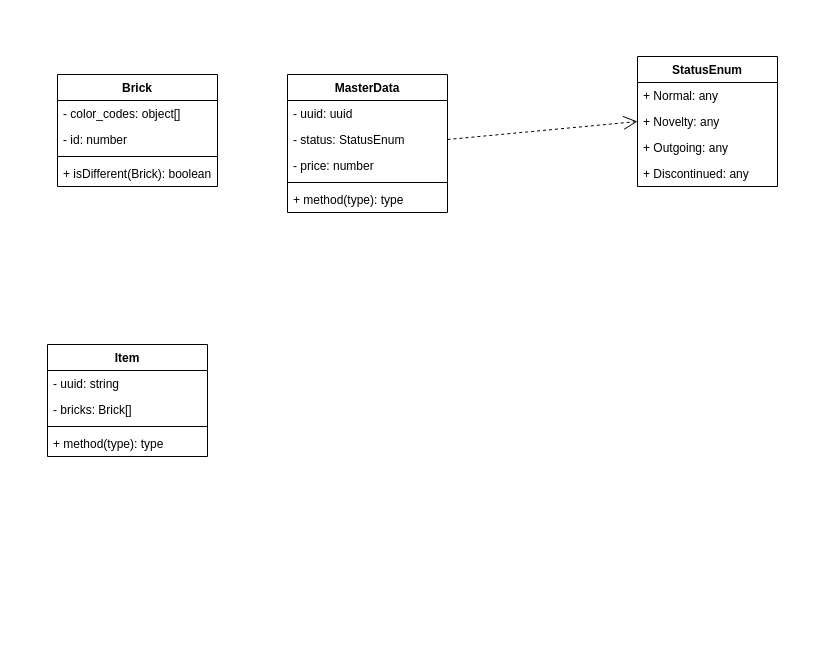
Above: Untitled Diagram.drawio in coolloic/coolloic (draw.io), before the change. Source tidied: cells renumbered, new cells numbered last; positions are measured from the earlier drawing's top-left corner, leaving out a move shared by most shapes. Both pictures are drawn from the tidied source at 100%, with x=0, y=0 at pixel (47, 56).
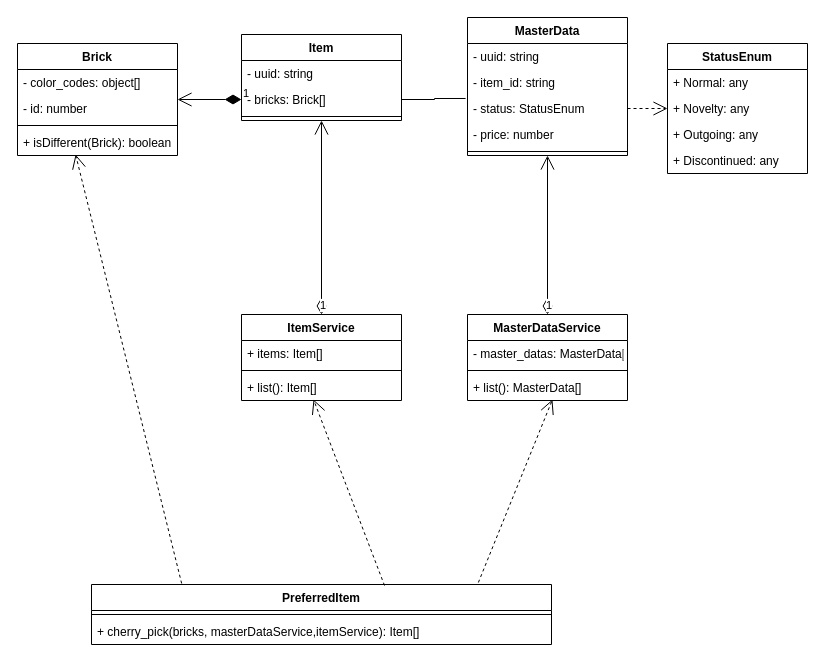
The same page after the edit.

The change refers to these unchanged cells:
```xml
<mxCell id="6" value="+ isDifferent(Brick): boolean" style="text;strokeColor=none;fillColor=none;align=left;verticalAlign=top;spacingLeft=4;spacingRight=4;overflow=hidden;points=[[0,0.5],[1,0.5]];portConstraint=eastwest;" parent="2" vertex="1">
  <mxGeometry y="86" width="160" height="26" as="geometry" />
</mxCell>
<mxCell id="9" value="- bricks: Brick[]" style="text;strokeColor=none;fillColor=none;align=left;verticalAlign=top;spacingLeft=4;spacingRight=4;overflow=hidden;points=[[0,0.5],[1,0.5]];portConstraint=eastwest;" parent="7" vertex="1">
  <mxGeometry y="52" width="160" height="26" as="geometry" />
</mxCell>
```

The edit, as a diff of the source:
```diff
@@
     <mxCell id="2" value="Brick" style="swimlane;fontStyle=1;align=center;verticalAlign=top;horizontal=1;startSize=26;" parent="1" vertex="1">
-      <mxGeometry x="10" y="18" width="160" height="112" as="geometry" />
+      <mxGeometry x="-30" y="-13" width="160" height="112" as="geometry" />
     </mxCell>
@@
     <mxCell id="7" value="Item" style="swimlane;fontStyle=1;align=center;verticalAlign=top;horizontal=1;startSize=26;" parent="1" vertex="1">
-      <mxGeometry y="288" width="160" height="112" as="geometry" />
+      <mxGeometry x="194" y="-22" width="160" height="86" as="geometry" />
     </mxCell>
@@
-    <mxCell id="11" value="+ method(type): type" style="text;strokeColor=none;fillColor=none;align=left;verticalAlign=top;spacingLeft=4;spacingRight=4;overflow=hidden;" parent="7" vertex="1">
-      <mxGeometry y="86" width="160" height="26" as="geometry" />
-    </mxCell>
     <mxCell id="12" value="MasterData" style="swimlane;fontStyle=1;align=center;verticalAlign=top;horizontal=1;startSize=26;" parent="1" vertex="1">
-      <mxGeometry x="240" y="18" width="160" height="138" as="geometry" />
+      <mxGeometry x="420" y="-39" width="160" height="138" as="geometry" />
     </mxCell>
-    <mxCell id="13" value="- uuid: uuid" style="text;strokeColor=none;fillColor=none;align=left;verticalAlign=top;spacingLeft=4;spacingRight=4;overflow=hidden;" parent="12" vertex="1">
+    <mxCell id="13" value="- uuid: string" style="text;strokeColor=none;fillColor=none;align=left;verticalAlign=top;spacingLeft=4;spacingRight=4;overflow=hidden;" parent="12" vertex="1">
       <mxGeometry y="26" width="160" height="26" as="geometry" />
     </mxCell>
+    <mxCell id="24" value="- item_id: string" style="text;strokeColor=none;fillColor=none;align=left;verticalAlign=top;spacingLeft=4;spacingRight=4;overflow=hidden;" parent="12" vertex="1">
+      <mxGeometry y="52" width="160" height="26" as="geometry" />
+    </mxCell>
     <mxCell id="14" value="- status: StatusEnum" style="text;strokeColor=none;fillColor=none;align=left;verticalAlign=top;spacingLeft=4;spacingRight=4;overflow=hidden;points=[[0,0.5],[1,0.5]];portConstraint=eastwest;" parent="12" vertex="1">
-      <mxGeometry y="52" width="160" height="26" as="geometry" />
+      <mxGeometry y="78" width="160" height="26" as="geometry" />
     </mxCell>
     <mxCell id="15" value="- price: number" style="text;strokeColor=none;fillColor=none;align=left;verticalAlign=top;spacingLeft=4;spacingRight=4;overflow=hidden;" parent="12" vertex="1">
-      <mxGeometry y="78" width="160" height="26" as="geometry" />
+      <mxGeometry y="104" width="160" height="26" as="geometry" />
     </mxCell>
     <mxCell id="16" style="line;strokeWidth=1;fillColor=none;align=left;verticalAlign=middle;spacingTop=-1;spacingLeft=3;spacingRight=3;labelPosition=right;strokeColor=inherit;" parent="12" vertex="1">
-      <mxGeometry y="104" width="160" height="8" as="geometry" />
+      <mxGeometry y="130" width="160" height="8" as="geometry" />
     </mxCell>
-    <mxCell id="17" value="+ method(type): type" style="text;strokeColor=none;fillColor=none;align=left;verticalAlign=top;spacingLeft=4;spacingRight=4;overflow=hidden;" parent="12" vertex="1">
-      <mxGeometry y="112" width="160" height="26" as="geometry" />
-    </mxCell>
     <mxCell id="18" value="StatusEnum" style="swimlane;fontStyle=1;horizontal=1;startSize=26;fillColor=none;" parent="1" vertex="1">
-      <mxGeometry x="590" width="140" height="130" as="geometry" />
+      <mxGeometry x="620" y="-13" width="140" height="130" as="geometry" />
     </mxCell>
@@
+    <mxCell id="25" style="endArrow=none;html=1;edgeStyle=orthogonalEdgeStyle;rounded=0;exitX=1;exitY=0.5;exitDx=0;exitDy=0;entryX=-0.012;entryY=0.115;entryDx=0;entryDy=0;entryPerimeter=0;" parent="1" edge="1" source="9" target="14">
+      <mxGeometry relative="1" as="geometry" />
+    </mxCell>
+    <mxCell id="26" value="PreferredItem" style="swimlane;fontStyle=1;align=center;verticalAlign=top;horizontal=1;startSize=26;" parent="1" vertex="1">
+      <mxGeometry x="44" y="528" width="460" height="60" as="geometry" />
+    </mxCell>
+    <mxCell id="27" style="line;strokeWidth=1;fillColor=none;align=left;verticalAlign=middle;spacingTop=-1;spacingLeft=3;spacingRight=3;labelPosition=right;strokeColor=inherit;" parent="26" vertex="1">
+      <mxGeometry y="26" width="460" height="8" as="geometry" />
+    </mxCell>
+    <mxCell id="28" value="+ cherry_pick(bricks, masterDataService,itemService): Item[]" style="text;strokeColor=none;fillColor=none;align=left;verticalAlign=top;spacingLeft=4;spacingRight=4;overflow=hidden;" parent="26" vertex="1">
+      <mxGeometry y="34" width="460" height="26" as="geometry" />
+    </mxCell>
+    <mxCell id="29" value="1" style="endArrow=open;html=1;endSize=12;startArrow=diamondThin;startSize=14;startFill=1;edgeStyle=orthogonalEdgeStyle;align=left;verticalAlign=bottom;rounded=0;" parent="1" edge="1" source="9" target="2">
+      <mxGeometry x="-1" y="3" relative="1" as="geometry" />
+    </mxCell>
+    <mxCell id="30" value="MasterDataService" style="swimlane;fontStyle=1;align=center;verticalAlign=top;horizontal=1;startSize=26;" parent="1" vertex="1">
+      <mxGeometry x="420" y="258" width="160" height="86" as="geometry" />
+    </mxCell>
+    <mxCell id="31" value="- master_datas: MasterData[]" style="text;strokeColor=none;fillColor=none;align=left;verticalAlign=top;spacingLeft=4;spacingRight=4;overflow=hidden;" parent="30" vertex="1">
+      <mxGeometry y="26" width="160" height="26" as="geometry" />
+    </mxCell>
+    <mxCell id="32" style="line;strokeWidth=1;fillColor=none;align=left;verticalAlign=middle;spacingTop=-1;spacingLeft=3;spacingRight=3;labelPosition=right;strokeColor=inherit;" parent="30" vertex="1">
+      <mxGeometry y="52" width="160" height="8" as="geometry" />
+    </mxCell>
+    <mxCell id="33" value="+ list(): MasterData[]" style="text;strokeColor=none;fillColor=none;align=left;verticalAlign=top;spacingLeft=4;spacingRight=4;overflow=hidden;points=[[0,0.5],[1,0.5]];portConstraint=eastwest;" parent="30" vertex="1">
+      <mxGeometry y="60" width="160" height="26" as="geometry" />
+    </mxCell>
+    <mxCell id="34" value="1" style="endArrow=open;html=1;endSize=12;startArrow=diamondThin;startSize=14;startFill=0;edgeStyle=orthogonalEdgeStyle;align=left;verticalAlign=bottom;rounded=0;exitX=0.5;exitY=0;exitDx=0;exitDy=0;entryX=0.5;entryY=1;entryDx=0;entryDy=0;" parent="1" edge="1" source="30" target="12">
+      <mxGeometry x="-1" y="3" relative="1" as="geometry" />
+    </mxCell>
+    <mxCell id="35" value="ItemService" style="swimlane;fontStyle=1;align=center;verticalAlign=top;horizontal=1;startSize=26;" parent="1" vertex="1">
+      <mxGeometry x="194" y="258" width="160" height="86" as="geometry" />
+    </mxCell>
+    <mxCell id="36" value="+ items: Item[]" style="text;strokeColor=none;fillColor=none;align=left;verticalAlign=top;spacingLeft=4;spacingRight=4;overflow=hidden;" parent="35" vertex="1">
+      <mxGeometry y="26" width="160" height="26" as="geometry" />
+    </mxCell>
+    <mxCell id="37" style="line;strokeWidth=1;fillColor=none;align=left;verticalAlign=middle;spacingTop=-1;spacingLeft=3;spacingRight=3;labelPosition=right;strokeColor=inherit;" parent="35" vertex="1">
+      <mxGeometry y="52" width="160" height="8" as="geometry" />
+    </mxCell>
+    <mxCell id="38" value="+ list(): Item[]" style="text;strokeColor=none;fillColor=none;align=left;verticalAlign=top;spacingLeft=4;spacingRight=4;overflow=hidden;points=[[0,0.5],[1,0.5]];portConstraint=eastwest;" parent="35" vertex="1">
+      <mxGeometry y="60" width="160" height="26" as="geometry" />
+    </mxCell>
+    <mxCell id="39" value="1" style="endArrow=open;html=1;endSize=12;startArrow=diamondThin;startSize=14;startFill=0;edgeStyle=orthogonalEdgeStyle;align=left;verticalAlign=bottom;rounded=0;exitX=0.5;exitY=0;exitDx=0;exitDy=0;entryX=0.5;entryY=1;entryDx=0;entryDy=0;" parent="1" edge="1" source="35" target="7">
+      <mxGeometry x="-1" y="3" relative="1" as="geometry" />
+    </mxCell>
+    <mxCell id="40" style="endArrow=open;endSize=12;dashed=1;html=1;rounded=0;exitX=0.637;exitY=0.017;exitDx=0;exitDy=0;exitPerimeter=0;entryX=0.45;entryY=0.962;entryDx=0;entryDy=0;entryPerimeter=0;" parent="1" edge="1" source="26" target="38">
+      <mxGeometry relative="1" as="geometry" />
+    </mxCell>
+    <mxCell id="41" style="endArrow=open;endSize=12;dashed=1;html=1;rounded=0;exitX=0.841;exitY=-0.033;exitDx=0;exitDy=0;exitPerimeter=0;entryX=0.531;entryY=0.962;entryDx=0;entryDy=0;entryPerimeter=0;" parent="1" edge="1" source="26" target="33">
+      <mxGeometry relative="1" as="geometry" />
+    </mxCell>
+    <mxCell id="42" style="endArrow=open;endSize=12;dashed=1;html=1;rounded=0;exitX=0.196;exitY=-0.017;exitDx=0;exitDy=0;exitPerimeter=0;entryX=0.363;entryY=0.962;entryDx=0;entryDy=0;entryPerimeter=0;" parent="1" edge="1" source="26" target="6">
+      <mxGeometry relative="1" as="geometry" />
+    </mxCell>
```
